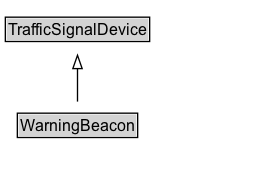
This is docs/diagrams/WarningBeacon.dot.png from k-vaughn/ontology-its-regulation, a Graphviz export, as it was before one commit. Its source is kept beside it as docs/diagrams/WarningBeacon.dot. Its diagram source:
```dot
digraph {
	graph [overlap=false rankdir=TB splines=true]
	node [fontname=Arial fontsize=12 margin=0 shape=none]
	edge [fontname=Arial fontsize=11]
	{
		rank=max
		WarningBeacon [label=<<TABLE BORDER="1" CELLBORDER="0" CELLSPACING="0" CELLPADDING="1"><TR><TD BGCOLOR="lightgray" ALIGN="CENTER" PORT="e">WarningBeacon</TD></TR></TABLE>> URL="../WarningBeacon.md" margin=0]
	}
	subgraph cluster_associated {
		label="" style=invis
		Invis [label=<<TABLE BORDER="0" CELLBORDER="0" CELLSPACING="0" CELLPADDING="1"><TR><TD></TD></TR></TABLE>> margin=0 style=invis]
	}
	TrafficSignalDevice [label=<<TABLE BORDER="1" CELLBORDER="0" CELLSPACING="0" CELLPADDING="1"><TR><TD BGCOLOR="lightgray" ALIGN="CENTER">TrafficSignalDevice</TD></TR></TABLE>> URL="../TrafficSignalDevice.md" margin=0]
	WarningBeacon -> TrafficSignalDevice [arrowhead=onormal style=solid]
}
```
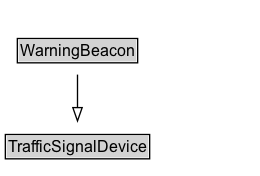
Above is the later version.

The edit, as a diff of the source:
```diff
@@ -2,14 +2,14 @@
 	graph [overlap=false rankdir=TB splines=true]
 	node [fontname=Arial fontsize=12 margin=0 shape=none]
 	edge [fontname=Arial fontsize=11]
+	WarningBeacon [label=<<TABLE BORDER="1" CELLBORDER="0" CELLSPACING="0" CELLPADDING="1"><TR><TD BGCOLOR="lightgray" ALIGN="CENTER">WarningBeacon</TD></TR></TABLE>> URL="../WarningBeacon" margin=0]
 	{
 		rank=max
-		WarningBeacon [label=<<TABLE BORDER="1" CELLBORDER="0" CELLSPACING="0" CELLPADDING="1"><TR><TD BGCOLOR="lightgray" ALIGN="CENTER" PORT="e">WarningBeacon</TD></TR></TABLE>> URL="../WarningBeacon.md" margin=0]
 	}
 	subgraph cluster_associated {
 		label="" style=invis
 		Invis [label=<<TABLE BORDER="0" CELLBORDER="0" CELLSPACING="0" CELLPADDING="1"><TR><TD></TD></TR></TABLE>> margin=0 style=invis]
 	}
-	TrafficSignalDevice [label=<<TABLE BORDER="1" CELLBORDER="0" CELLSPACING="0" CELLPADDING="1"><TR><TD BGCOLOR="lightgray" ALIGN="CENTER">TrafficSignalDevice</TD></TR></TABLE>> URL="../TrafficSignalDevice.md" margin=0]
+	TrafficSignalDevice [label=<<TABLE BORDER="1" CELLBORDER="0" CELLSPACING="0" CELLPADDING="1"><TR><TD BGCOLOR="lightgray" ALIGN="CENTER">TrafficSignalDevice</TD></TR></TABLE>> URL="../TrafficSignalDevice" margin=0]
 	WarningBeacon -> TrafficSignalDevice [arrowhead=onormal style=solid]
 }
```
